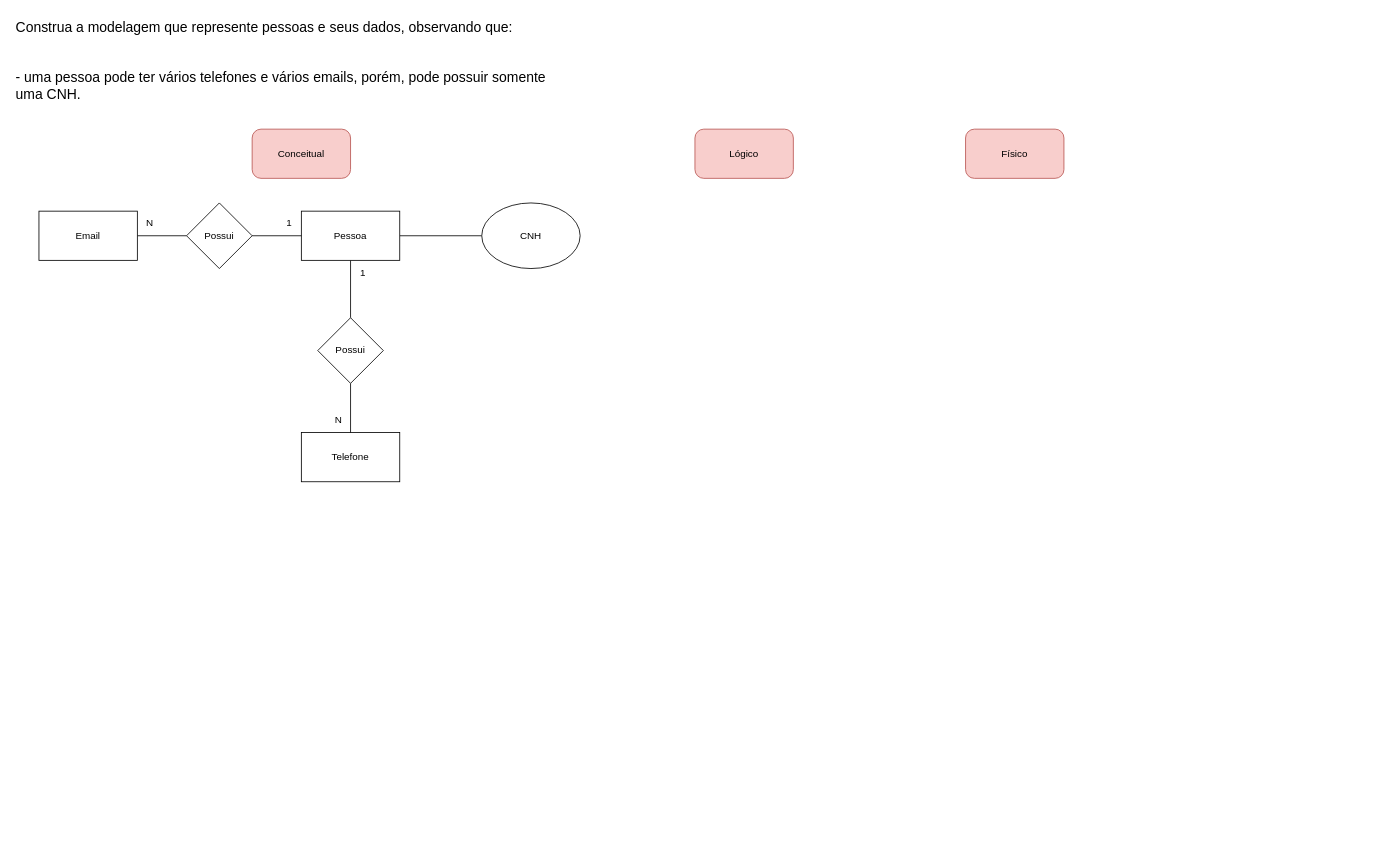
This is 1.1.drawio from wolf-muuh/atividade-diagramas2, a draw.io file, before an edit. Source tidied: cells renumbered, new cells numbered last; positions are measured from the earlier drawing's top-left corner, leaving out a move shared by most shapes. Both pictures are drawn from the tidied source at 82%, with x=0, y=0 at pixel (14, 14).
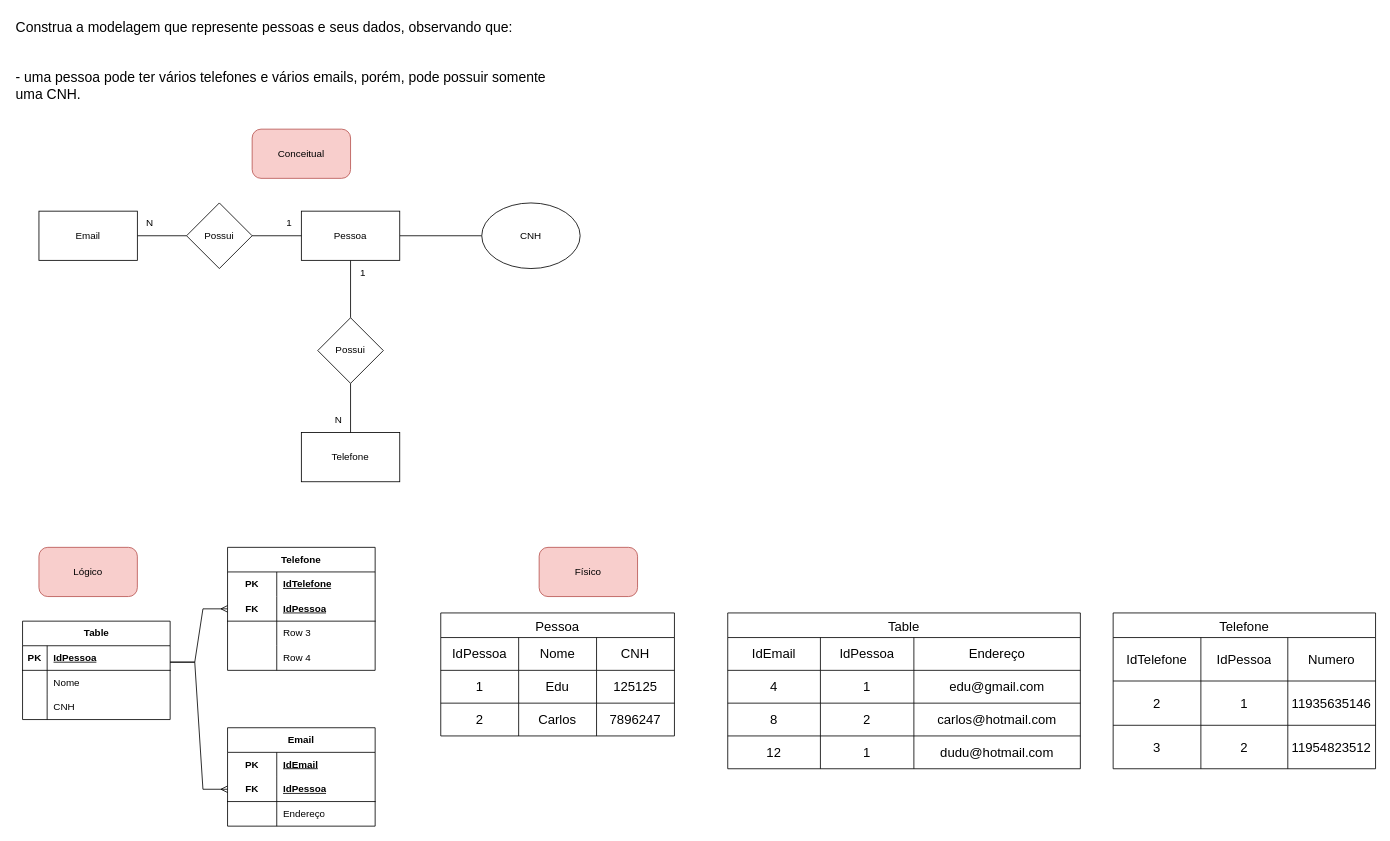
Above is the later version.

The edit, as a diff of the source:
```diff
@@
     <mxCell id="19" value="Lógico" style="rounded=1;whiteSpace=wrap;html=1;fillColor=#f8cecc;strokeColor=#b85450;arcSize=18;" parent="1" vertex="1">
-      <mxGeometry x="830" y="140" width="120" height="60" as="geometry" />
+      <mxGeometry x="30" y="650" width="120" height="60" as="geometry" />
     </mxCell>
     <mxCell id="20" value="Físico" style="rounded=1;whiteSpace=wrap;html=1;fillColor=#f8cecc;strokeColor=#b85450;arcSize=18;" parent="1" vertex="1">
-      <mxGeometry x="1160" y="140" width="120" height="60" as="geometry" />
+      <mxGeometry x="640" y="650" width="120" height="60" as="geometry" />
     </mxCell>
+    <mxCell id="21" value="Table" style="shape=table;startSize=30;childLayout=tableLayout;rowLines=0;fontStyle=1;align=center;html=1;" parent="1" vertex="1">
+      <mxGeometry x="10" y="740" width="180" height="120" as="geometry" />
+    </mxCell>
+    <mxCell id="22" style="shape=tableRow;horizontal=0;startSize=0;swimlaneHead=0;swimlaneBody=0;fillColor=none;top=0;left=0;right=0;bottom=1;" parent="21" vertex="1">
+      <mxGeometry y="30" width="180" height="30" as="geometry" />
+    </mxCell>
+    <mxCell id="23" value="PK" style="shape=partialRectangle;fillColor=none;top=0;left=0;bottom=0;right=0;fontStyle=1;overflow=hidden;whiteSpace=wrap;html=1;" parent="22" vertex="1">
+      <mxGeometry width="30" height="30" as="geometry" />
+    </mxCell>
+    <mxCell id="24" value="IdPessoa" style="shape=partialRectangle;fillColor=none;top=0;left=0;bottom=0;right=0;align=left;spacingLeft=6;fontStyle=5;overflow=hidden;whiteSpace=wrap;html=1;" parent="22" vertex="1">
+      <mxGeometry x="30" width="150" height="30" as="geometry" />
+    </mxCell>
+    <mxCell id="25" style="shape=tableRow;horizontal=0;startSize=0;swimlaneHead=0;swimlaneBody=0;fillColor=none;top=0;left=0;right=0;bottom=0;" parent="21" vertex="1">
+      <mxGeometry y="60" width="180" height="30" as="geometry" />
+    </mxCell>
+    <mxCell id="26" style="shape=partialRectangle;fillColor=none;top=0;left=0;bottom=0;right=0;overflow=hidden;whiteSpace=wrap;html=1;" parent="25" vertex="1">
+      <mxGeometry width="30" height="30" as="geometry" />
+    </mxCell>
+    <mxCell id="27" value="Nome" style="shape=partialRectangle;fillColor=none;top=0;left=0;bottom=0;right=0;align=left;spacingLeft=6;overflow=hidden;whiteSpace=wrap;html=1;" parent="25" vertex="1">
+      <mxGeometry x="30" width="150" height="30" as="geometry" />
+    </mxCell>
+    <mxCell id="28" style="shape=tableRow;horizontal=0;startSize=0;swimlaneHead=0;swimlaneBody=0;fillColor=none;top=0;left=0;right=0;bottom=0;" parent="21" vertex="1">
+      <mxGeometry y="90" width="180" height="30" as="geometry" />
+    </mxCell>
+    <mxCell id="29" style="shape=partialRectangle;fillColor=none;top=0;left=0;bottom=0;right=0;overflow=hidden;whiteSpace=wrap;html=1;" parent="28" vertex="1">
+      <mxGeometry width="30" height="30" as="geometry" />
+    </mxCell>
+    <mxCell id="30" value="CNH" style="shape=partialRectangle;fillColor=none;top=0;left=0;bottom=0;right=0;align=left;spacingLeft=6;overflow=hidden;whiteSpace=wrap;html=1;" parent="28" vertex="1">
+      <mxGeometry x="30" width="150" height="30" as="geometry" />
+    </mxCell>
+    <mxCell id="31" value="Email" style="shape=table;startSize=30;childLayout=tableLayout;rowLines=0;fontStyle=1;align=center;html=1;whiteSpace=wrap;" parent="1" vertex="1">
+      <mxGeometry x="260" y="870" width="180" height="120" as="geometry" />
+    </mxCell>
+    <mxCell id="32" style="shape=tableRow;horizontal=0;startSize=0;swimlaneHead=0;swimlaneBody=0;fillColor=none;top=0;left=0;right=0;bottom=0;html=1;" parent="31" vertex="1">
+      <mxGeometry y="30" width="180" height="30" as="geometry" />
+    </mxCell>
+    <mxCell id="33" value="PK" style="shape=partialRectangle;fillColor=none;top=0;left=0;bottom=0;right=0;fontStyle=1;overflow=hidden;html=1;whiteSpace=wrap;" parent="32" vertex="1">
+      <mxGeometry width="60" height="30" as="geometry" />
+    </mxCell>
+    <mxCell id="34" value="IdEmail" style="shape=partialRectangle;fillColor=none;top=0;left=0;bottom=0;right=0;align=left;spacingLeft=6;fontStyle=5;overflow=hidden;html=1;whiteSpace=wrap;" parent="32" vertex="1">
+      <mxGeometry x="60" width="120" height="30" as="geometry" />
+    </mxCell>
+    <mxCell id="35" style="shape=tableRow;horizontal=0;startSize=0;swimlaneHead=0;swimlaneBody=0;fillColor=none;points=[[0,0.5],[1,0.5]];portConstraint=eastwest;top=0;left=0;right=0;bottom=1;html=1;" parent="31" vertex="1">
+      <mxGeometry y="60" width="180" height="30" as="geometry" />
+    </mxCell>
+    <mxCell id="36" value="FK" style="shape=partialRectangle;fillColor=none;top=0;left=0;bottom=0;right=0;fontStyle=1;overflow=hidden;html=1;whiteSpace=wrap;" parent="35" vertex="1">
+      <mxGeometry width="60" height="30" as="geometry" />
+    </mxCell>
+    <mxCell id="37" value="IdPessoa" style="shape=partialRectangle;fillColor=none;top=0;left=0;bottom=0;right=0;align=left;spacingLeft=6;fontStyle=5;overflow=hidden;html=1;whiteSpace=wrap;" parent="35" vertex="1">
+      <mxGeometry x="60" width="120" height="30" as="geometry" />
+    </mxCell>
+    <mxCell id="38" style="shape=tableRow;horizontal=0;startSize=0;swimlaneHead=0;swimlaneBody=0;fillColor=none;top=0;left=0;right=0;bottom=0;html=1;" parent="31" vertex="1">
+      <mxGeometry y="90" width="180" height="30" as="geometry" />
+    </mxCell>
+    <mxCell id="39" style="shape=partialRectangle;fillColor=none;top=0;left=0;bottom=0;right=0;overflow=hidden;html=1;whiteSpace=wrap;" parent="38" vertex="1">
+      <mxGeometry width="60" height="30" as="geometry" />
+    </mxCell>
+    <mxCell id="40" value="Endereço" style="shape=partialRectangle;fillColor=none;top=0;left=0;bottom=0;right=0;align=left;spacingLeft=6;overflow=hidden;html=1;whiteSpace=wrap;" parent="38" vertex="1">
+      <mxGeometry x="60" width="120" height="30" as="geometry" />
+    </mxCell>
+    <mxCell id="41" value="Telefone" style="shape=table;startSize=30;childLayout=tableLayout;rowLines=0;fontStyle=1;align=center;html=1;whiteSpace=wrap;" parent="1" vertex="1">
+      <mxGeometry x="260" y="650" width="180" height="150" as="geometry" />
+    </mxCell>
+    <mxCell id="42" style="shape=tableRow;horizontal=0;startSize=0;swimlaneHead=0;swimlaneBody=0;fillColor=none;top=0;left=0;right=0;bottom=0;html=1;" parent="41" vertex="1">
+      <mxGeometry y="30" width="180" height="30" as="geometry" />
+    </mxCell>
+    <mxCell id="43" value="PK" style="shape=partialRectangle;fillColor=none;top=0;left=0;bottom=0;right=0;fontStyle=1;overflow=hidden;html=1;whiteSpace=wrap;" parent="42" vertex="1">
+      <mxGeometry width="60" height="30" as="geometry" />
+    </mxCell>
+    <mxCell id="44" value="IdTelefone" style="shape=partialRectangle;fillColor=none;top=0;left=0;bottom=0;right=0;align=left;spacingLeft=6;fontStyle=5;overflow=hidden;html=1;whiteSpace=wrap;" parent="42" vertex="1">
+      <mxGeometry x="60" width="120" height="30" as="geometry" />
+    </mxCell>
+    <mxCell id="45" style="shape=tableRow;horizontal=0;startSize=0;swimlaneHead=0;swimlaneBody=0;fillColor=none;points=[[0,0.5],[1,0.5]];portConstraint=eastwest;top=0;left=0;right=0;bottom=1;html=1;" parent="41" vertex="1">
+      <mxGeometry y="60" width="180" height="30" as="geometry" />
+    </mxCell>
+    <mxCell id="46" value="FK" style="shape=partialRectangle;fillColor=none;top=0;left=0;bottom=0;right=0;fontStyle=1;overflow=hidden;html=1;whiteSpace=wrap;" parent="45" vertex="1">
+      <mxGeometry width="60" height="30" as="geometry" />
+    </mxCell>
+    <mxCell id="47" value="IdPessoa" style="shape=partialRectangle;fillColor=none;top=0;left=0;bottom=0;right=0;align=left;spacingLeft=6;fontStyle=5;overflow=hidden;html=1;whiteSpace=wrap;" parent="45" vertex="1">
+      <mxGeometry x="60" width="120" height="30" as="geometry" />
+    </mxCell>
+    <mxCell id="48" style="shape=tableRow;horizontal=0;startSize=0;swimlaneHead=0;swimlaneBody=0;fillColor=none;top=0;left=0;right=0;bottom=0;html=1;" parent="41" vertex="1">
+      <mxGeometry y="90" width="180" height="30" as="geometry" />
+    </mxCell>
+    <mxCell id="49" style="shape=partialRectangle;fillColor=none;top=0;left=0;bottom=0;right=0;overflow=hidden;html=1;whiteSpace=wrap;" parent="48" vertex="1">
+      <mxGeometry width="60" height="30" as="geometry" />
+    </mxCell>
+    <mxCell id="50" value="Row 3" style="shape=partialRectangle;fillColor=none;top=0;left=0;bottom=0;right=0;align=left;spacingLeft=6;overflow=hidden;html=1;whiteSpace=wrap;" parent="48" vertex="1">
+      <mxGeometry x="60" width="120" height="30" as="geometry" />
+    </mxCell>
+    <mxCell id="51" style="shape=tableRow;horizontal=0;startSize=0;swimlaneHead=0;swimlaneBody=0;fillColor=none;top=0;left=0;right=0;bottom=0;html=1;" parent="41" vertex="1">
+      <mxGeometry y="120" width="180" height="30" as="geometry" />
+    </mxCell>
+    <mxCell id="52" style="shape=partialRectangle;fillColor=none;top=0;left=0;bottom=0;right=0;overflow=hidden;html=1;whiteSpace=wrap;" parent="51" vertex="1">
+      <mxGeometry width="60" height="30" as="geometry" />
+    </mxCell>
+    <mxCell id="53" value="Row 4" style="shape=partialRectangle;fillColor=none;top=0;left=0;bottom=0;right=0;align=left;spacingLeft=6;overflow=hidden;html=1;whiteSpace=wrap;" parent="51" vertex="1">
+      <mxGeometry x="60" width="120" height="30" as="geometry" />
+    </mxCell>
+    <mxCell id="54" style="edgeStyle=entityRelationEdgeStyle;fontSize=12;html=1;endArrow=ERmany;rounded=0;entryX=0;entryY=0.5;entryDx=0;entryDy=0;" parent="1" edge="1" target="45">
+      <mxGeometry relative="1" as="geometry">
+        <mxPoint x="190" y="790" as="sourcePoint" />
+      </mxGeometry>
+    </mxCell>
+    <mxCell id="55" style="edgeStyle=entityRelationEdgeStyle;fontSize=12;html=1;endArrow=ERmany;rounded=0;entryX=0;entryY=0.5;entryDx=0;entryDy=0;" parent="1" edge="1" target="35">
+      <mxGeometry relative="1" as="geometry">
+        <mxPoint x="190" y="790" as="sourcePoint" />
+      </mxGeometry>
+    </mxCell>
+    <mxCell id="56" value="Pessoa" style="shape=table;startSize=30;childLayout=tableLayout;strokeColor=default;fontSize=16;" parent="1" vertex="1">
+      <mxGeometry x="520" y="730" width="285" height="150" as="geometry" />
+    </mxCell>
+    <mxCell id="57" style="shape=tableRow;horizontal=0;startSize=0;swimlaneHead=0;swimlaneBody=0;strokeColor=inherit;top=0;left=0;bottom=0;right=0;fillColor=none;fontSize=16;" parent="56" vertex="1">
+      <mxGeometry y="30" width="285" height="40" as="geometry" />
+    </mxCell>
+    <mxCell id="58" value="IdPessoa" style="shape=partialRectangle;html=1;whiteSpace=wrap;strokeColor=inherit;overflow=hidden;fillColor=none;top=0;left=0;bottom=0;right=0;fontSize=16;" parent="57" vertex="1">
+      <mxGeometry width="95" height="40" as="geometry" />
+    </mxCell>
+    <mxCell id="59" value="Nome" style="shape=partialRectangle;html=1;whiteSpace=wrap;strokeColor=inherit;overflow=hidden;fillColor=none;top=0;left=0;bottom=0;right=0;fontSize=16;" parent="57" vertex="1">
+      <mxGeometry x="95" width="95" height="40" as="geometry" />
+    </mxCell>
+    <mxCell id="60" value="CNH" style="shape=partialRectangle;html=1;whiteSpace=wrap;strokeColor=inherit;overflow=hidden;fillColor=none;top=0;left=0;bottom=0;right=0;fontSize=16;" parent="57" vertex="1">
+      <mxGeometry x="190" width="95" height="40" as="geometry" />
+    </mxCell>
+    <mxCell id="61" style="shape=tableRow;horizontal=0;startSize=0;swimlaneHead=0;swimlaneBody=0;strokeColor=inherit;top=0;left=0;bottom=0;right=0;fillColor=none;fontSize=16;" parent="56" vertex="1">
+      <mxGeometry y="70" width="285" height="40" as="geometry" />
+    </mxCell>
+    <mxCell id="62" value="1" style="shape=partialRectangle;html=1;whiteSpace=wrap;strokeColor=inherit;overflow=hidden;fillColor=none;top=0;left=0;bottom=0;right=0;fontSize=16;" parent="61" vertex="1">
+      <mxGeometry width="95" height="40" as="geometry" />
+    </mxCell>
+    <mxCell id="63" value="Edu" style="shape=partialRectangle;html=1;whiteSpace=wrap;strokeColor=inherit;overflow=hidden;fillColor=none;top=0;left=0;bottom=0;right=0;fontSize=16;" parent="61" vertex="1">
+      <mxGeometry x="95" width="95" height="40" as="geometry" />
+    </mxCell>
+    <mxCell id="64" value="125125" style="shape=partialRectangle;html=1;whiteSpace=wrap;strokeColor=inherit;overflow=hidden;fillColor=none;top=0;left=0;bottom=0;right=0;fontSize=16;" parent="61" vertex="1">
+      <mxGeometry x="190" width="95" height="40" as="geometry" />
+    </mxCell>
+    <mxCell id="65" style="shape=tableRow;horizontal=0;startSize=0;swimlaneHead=0;swimlaneBody=0;strokeColor=inherit;top=0;left=0;bottom=0;right=0;fillColor=none;fontSize=16;" parent="56" vertex="1">
+      <mxGeometry y="110" width="285" height="40" as="geometry" />
+    </mxCell>
+    <mxCell id="66" value="2" style="shape=partialRectangle;html=1;whiteSpace=wrap;strokeColor=inherit;overflow=hidden;fillColor=none;top=0;left=0;bottom=0;right=0;fontSize=16;" parent="65" vertex="1">
+      <mxGeometry width="95" height="40" as="geometry" />
+    </mxCell>
+    <mxCell id="67" value="Carlos" style="shape=partialRectangle;html=1;whiteSpace=wrap;strokeColor=inherit;overflow=hidden;fillColor=none;top=0;left=0;bottom=0;right=0;fontSize=16;" parent="65" vertex="1">
+      <mxGeometry x="95" width="95" height="40" as="geometry" />
+    </mxCell>
+    <mxCell id="68" value="7896247" style="shape=partialRectangle;html=1;whiteSpace=wrap;strokeColor=inherit;overflow=hidden;fillColor=none;top=0;left=0;bottom=0;right=0;fontSize=16;" parent="65" vertex="1">
+      <mxGeometry x="190" width="95" height="40" as="geometry" />
+    </mxCell>
+    <mxCell id="69" value="Table" style="shape=table;startSize=30;childLayout=tableLayout;strokeColor=default;fontSize=16;" parent="1" vertex="1">
+      <mxGeometry x="870" y="730" width="430" height="190" as="geometry" />
+    </mxCell>
+    <mxCell id="70" style="shape=tableRow;horizontal=0;startSize=0;swimlaneHead=0;swimlaneBody=0;strokeColor=inherit;top=0;left=0;bottom=0;right=0;fillColor=none;fontSize=16;" parent="69" vertex="1">
+      <mxGeometry y="30" width="430" height="40" as="geometry" />
+    </mxCell>
+    <mxCell id="71" value="IdEmail" style="shape=partialRectangle;html=1;whiteSpace=wrap;strokeColor=inherit;overflow=hidden;fillColor=none;top=0;left=0;bottom=0;right=0;fontSize=16;" parent="70" vertex="1">
+      <mxGeometry width="113" height="40" as="geometry" />
+    </mxCell>
+    <mxCell id="72" value="IdPessoa" style="shape=partialRectangle;html=1;whiteSpace=wrap;strokeColor=inherit;overflow=hidden;fillColor=none;top=0;left=0;bottom=0;right=0;fontSize=16;" parent="70" vertex="1">
+      <mxGeometry x="113" width="114" height="40" as="geometry" />
+    </mxCell>
+    <mxCell id="73" value="Endereço" style="shape=partialRectangle;html=1;whiteSpace=wrap;strokeColor=inherit;overflow=hidden;fillColor=none;top=0;left=0;bottom=0;right=0;fontSize=16;" parent="70" vertex="1">
+      <mxGeometry x="227" width="203" height="40" as="geometry" />
+    </mxCell>
+    <mxCell id="74" style="shape=tableRow;horizontal=0;startSize=0;swimlaneHead=0;swimlaneBody=0;strokeColor=inherit;top=0;left=0;bottom=0;right=0;fillColor=none;fontSize=16;" parent="69" vertex="1">
+      <mxGeometry y="70" width="430" height="40" as="geometry" />
+    </mxCell>
+    <mxCell id="75" value="4" style="shape=partialRectangle;html=1;whiteSpace=wrap;strokeColor=inherit;overflow=hidden;fillColor=none;top=0;left=0;bottom=0;right=0;fontSize=16;" parent="74" vertex="1">
+      <mxGeometry width="113" height="40" as="geometry" />
+    </mxCell>
+    <mxCell id="76" value="1" style="shape=partialRectangle;html=1;whiteSpace=wrap;strokeColor=inherit;overflow=hidden;fillColor=none;top=0;left=0;bottom=0;right=0;fontSize=16;" parent="74" vertex="1">
+      <mxGeometry x="113" width="114" height="40" as="geometry" />
+    </mxCell>
+    <mxCell id="77" value="edu@gmail.com" style="shape=partialRectangle;html=1;whiteSpace=wrap;strokeColor=inherit;overflow=hidden;fillColor=none;top=0;left=0;bottom=0;right=0;fontSize=16;" parent="74" vertex="1">
+      <mxGeometry x="227" width="203" height="40" as="geometry" />
+    </mxCell>
+    <mxCell id="78" style="shape=tableRow;horizontal=0;startSize=0;swimlaneHead=0;swimlaneBody=0;strokeColor=inherit;top=0;left=0;bottom=0;right=0;fillColor=none;fontSize=16;" parent="69" vertex="1">
+      <mxGeometry y="110" width="430" height="40" as="geometry" />
+    </mxCell>
+    <mxCell id="79" value="8" style="shape=partialRectangle;html=1;whiteSpace=wrap;strokeColor=inherit;overflow=hidden;fillColor=none;top=0;left=0;bottom=0;right=0;fontSize=16;" parent="78" vertex="1">
+      <mxGeometry width="113" height="40" as="geometry" />
+    </mxCell>
+    <mxCell id="80" value="2" style="shape=partialRectangle;html=1;whiteSpace=wrap;strokeColor=inherit;overflow=hidden;fillColor=none;top=0;left=0;bottom=0;right=0;fontSize=16;" parent="78" vertex="1">
+      <mxGeometry x="113" width="114" height="40" as="geometry" />
+    </mxCell>
+    <mxCell id="81" value="carlos@hotmail.com" style="shape=partialRectangle;html=1;whiteSpace=wrap;strokeColor=inherit;overflow=hidden;fillColor=none;top=0;left=0;bottom=0;right=0;fontSize=16;" parent="78" vertex="1">
+      <mxGeometry x="227" width="203" height="40" as="geometry" />
+    </mxCell>
+    <mxCell id="82" style="shape=tableRow;horizontal=0;startSize=0;swimlaneHead=0;swimlaneBody=0;strokeColor=inherit;top=0;left=0;bottom=0;right=0;fillColor=none;fontSize=16;" parent="69" vertex="1">
+      <mxGeometry y="150" width="430" height="40" as="geometry" />
+    </mxCell>
+    <mxCell id="83" value="12" style="shape=partialRectangle;html=1;whiteSpace=wrap;strokeColor=inherit;overflow=hidden;fillColor=none;top=0;left=0;bottom=0;right=0;fontSize=16;" parent="82" vertex="1">
+      <mxGeometry width="113" height="40" as="geometry" />
+    </mxCell>
+    <mxCell id="84" value="1" style="shape=partialRectangle;html=1;whiteSpace=wrap;strokeColor=inherit;overflow=hidden;fillColor=none;top=0;left=0;bottom=0;right=0;fontSize=16;" parent="82" vertex="1">
+      <mxGeometry x="113" width="114" height="40" as="geometry" />
+    </mxCell>
+    <mxCell id="85" value="dudu@hotmail.com" style="shape=partialRectangle;html=1;whiteSpace=wrap;strokeColor=inherit;overflow=hidden;fillColor=none;top=0;left=0;bottom=0;right=0;fontSize=16;" parent="82" vertex="1">
+      <mxGeometry x="227" width="203" height="40" as="geometry" />
+    </mxCell>
+    <mxCell id="86" value="Telefone" style="shape=table;startSize=30;childLayout=tableLayout;strokeColor=default;fontSize=16;" parent="1" vertex="1">
+      <mxGeometry x="1340" y="730" width="320" height="190" as="geometry" />
+    </mxCell>
+    <mxCell id="87" style="shape=tableRow;horizontal=0;startSize=0;swimlaneHead=0;swimlaneBody=0;strokeColor=inherit;top=0;left=0;bottom=0;right=0;fillColor=none;fontSize=16;" parent="86" vertex="1">
+      <mxGeometry y="30" width="320" height="53" as="geometry" />
+    </mxCell>
+    <mxCell id="88" value="IdTelefone" style="shape=partialRectangle;html=1;whiteSpace=wrap;strokeColor=inherit;overflow=hidden;fillColor=none;top=0;left=0;bottom=0;right=0;fontSize=16;" parent="87" vertex="1">
+      <mxGeometry width="107" height="53" as="geometry" />
+    </mxCell>
+    <mxCell id="89" value="IdPessoa" style="shape=partialRectangle;html=1;whiteSpace=wrap;strokeColor=inherit;overflow=hidden;fillColor=none;top=0;left=0;bottom=0;right=0;fontSize=16;" parent="87" vertex="1">
+      <mxGeometry x="107" width="106" height="53" as="geometry" />
+    </mxCell>
+    <mxCell id="90" value="Numero" style="shape=partialRectangle;html=1;whiteSpace=wrap;strokeColor=inherit;overflow=hidden;fillColor=none;top=0;left=0;bottom=0;right=0;fontSize=16;" parent="87" vertex="1">
+      <mxGeometry x="213" width="107" height="53" as="geometry" />
+    </mxCell>
+    <mxCell id="91" style="shape=tableRow;horizontal=0;startSize=0;swimlaneHead=0;swimlaneBody=0;strokeColor=inherit;top=0;left=0;bottom=0;right=0;fillColor=none;fontSize=16;" parent="86" vertex="1">
+      <mxGeometry y="83" width="320" height="54" as="geometry" />
+    </mxCell>
+    <mxCell id="92" value="2" style="shape=partialRectangle;html=1;whiteSpace=wrap;strokeColor=inherit;overflow=hidden;fillColor=none;top=0;left=0;bottom=0;right=0;fontSize=16;" parent="91" vertex="1">
+      <mxGeometry width="107" height="54" as="geometry" />
+    </mxCell>
+    <mxCell id="93" value="1" style="shape=partialRectangle;html=1;whiteSpace=wrap;strokeColor=inherit;overflow=hidden;fillColor=none;top=0;left=0;bottom=0;right=0;fontSize=16;" parent="91" vertex="1">
+      <mxGeometry x="107" width="106" height="54" as="geometry" />
+    </mxCell>
+    <mxCell id="94" value="11935635146" style="shape=partialRectangle;html=1;whiteSpace=wrap;strokeColor=inherit;overflow=hidden;fillColor=none;top=0;left=0;bottom=0;right=0;fontSize=16;" parent="91" vertex="1">
+      <mxGeometry x="213" width="107" height="54" as="geometry" />
+    </mxCell>
+    <mxCell id="95" style="shape=tableRow;horizontal=0;startSize=0;swimlaneHead=0;swimlaneBody=0;strokeColor=inherit;top=0;left=0;bottom=0;right=0;fillColor=none;fontSize=16;" parent="86" vertex="1">
+      <mxGeometry y="137" width="320" height="53" as="geometry" />
+    </mxCell>
+    <mxCell id="96" value="3" style="shape=partialRectangle;html=1;whiteSpace=wrap;strokeColor=inherit;overflow=hidden;fillColor=none;top=0;left=0;bottom=0;right=0;fontSize=16;" parent="95" vertex="1">
+      <mxGeometry width="107" height="53" as="geometry" />
+    </mxCell>
+    <mxCell id="97" value="2" style="shape=partialRectangle;html=1;whiteSpace=wrap;strokeColor=inherit;overflow=hidden;fillColor=none;top=0;left=0;bottom=0;right=0;fontSize=16;" parent="95" vertex="1">
+      <mxGeometry x="107" width="106" height="53" as="geometry" />
+    </mxCell>
+    <mxCell id="98" value="11954823512" style="shape=partialRectangle;html=1;whiteSpace=wrap;strokeColor=inherit;overflow=hidden;fillColor=none;top=0;left=0;bottom=0;right=0;fontSize=16;" parent="95" vertex="1">
+      <mxGeometry x="213" width="107" height="53" as="geometry" />
+    </mxCell>
```
